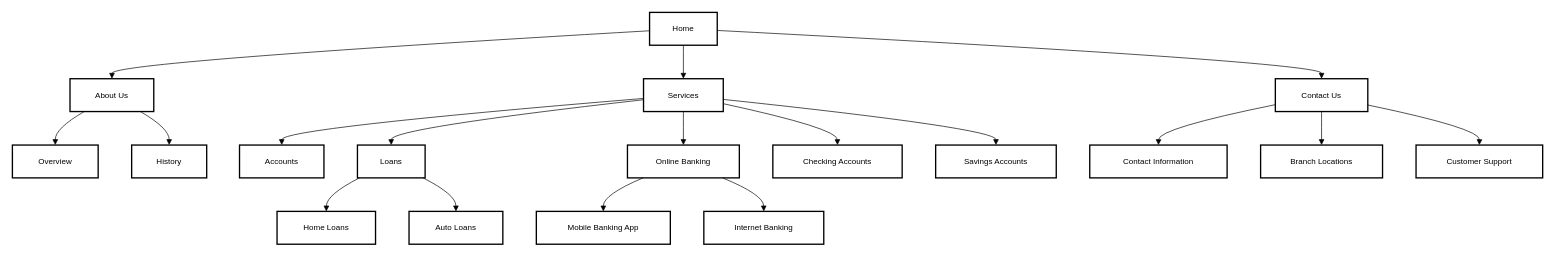
Before: unit8ex4.drawio in monicaangele/monica_unit.2.5, a draw.io diagram. Source tidied: cells renumbered, new cells numbered last; positions are measured from the earlier drawing's top-left corner, leaving out a move shared by most shapes. Both pictures are drawn from the tidied source at 67%, with x=0, y=0 at pixel (12, 12).
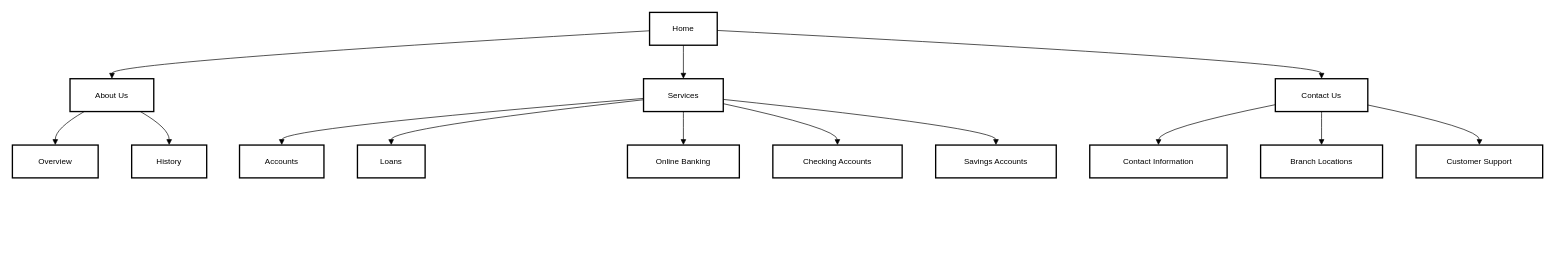
The same page after the edit.

The change refers to these unchanged cells:
```xml
<mxCell id="6" value="Loans" style="whiteSpace=wrap;strokeWidth=2;" parent="1" vertex="1">
  <mxGeometry x="515" y="198" width="101" height="49" as="geometry" />
</mxCell>
<mxCell id="7" value="Online Banking" style="whiteSpace=wrap;strokeWidth=2;" parent="1" vertex="1">
  <mxGeometry x="918" y="198" width="167" height="49" as="geometry" />
</mxCell>
```

Diff of the diagram source:
```diff
@@
-    <mxCell id="13" value="Home Loans" style="whiteSpace=wrap;strokeWidth=2;" parent="1" vertex="1">
-      <mxGeometry x="395" y="297" width="147" height="49" as="geometry" />
-    </mxCell>
-    <mxCell id="14" value="Auto Loans" style="whiteSpace=wrap;strokeWidth=2;" parent="1" vertex="1">
-      <mxGeometry x="592" y="297" width="140" height="49" as="geometry" />
-    </mxCell>
-    <mxCell id="15" value="Mobile Banking App" style="whiteSpace=wrap;strokeWidth=2;" parent="1" vertex="1">
-      <mxGeometry x="782" y="297" width="200" height="49" as="geometry" />
-    </mxCell>
-    <mxCell id="16" value="Internet Banking" style="whiteSpace=wrap;strokeWidth=2;" parent="1" vertex="1">
-      <mxGeometry x="1032" y="297" width="179" height="49" as="geometry" />
-    </mxCell>
@@
-    <mxCell id="30" style="curved=1;startArrow=none;endArrow=block;exitX=0.03;exitY=1;entryX=0.5;entryY=0;" parent="1" edge="1" source="6" target="13">
-      <mxGeometry relative="1" as="geometry">
-        <Array as="points">
-          <mxPoint x="469" y="272" />
-        </Array>
-      </mxGeometry>
-    </mxCell>
-    <mxCell id="31" style="curved=1;startArrow=none;endArrow=block;exitX=0.97;exitY=1;entryX=0.5;entryY=0;" parent="1" edge="1" source="6" target="14">
-      <mxGeometry relative="1" as="geometry">
-        <Array as="points">
-          <mxPoint x="662" y="272" />
-        </Array>
-      </mxGeometry>
-    </mxCell>
-    <mxCell id="32" style="curved=1;startArrow=none;endArrow=block;exitX=0.14;exitY=1;entryX=0.5;entryY=0;" parent="1" edge="1" source="7" target="15">
-      <mxGeometry relative="1" as="geometry">
-        <Array as="points">
-          <mxPoint x="882" y="272" />
-        </Array>
-      </mxGeometry>
-    </mxCell>
-    <mxCell id="33" style="curved=1;startArrow=none;endArrow=block;exitX=0.85;exitY=1;entryX=0.5;entryY=0;" parent="1" edge="1" source="7" target="16">
-      <mxGeometry relative="1" as="geometry">
-        <Array as="points">
-          <mxPoint x="1121" y="272" />
-        </Array>
-      </mxGeometry>
-    </mxCell>
```
